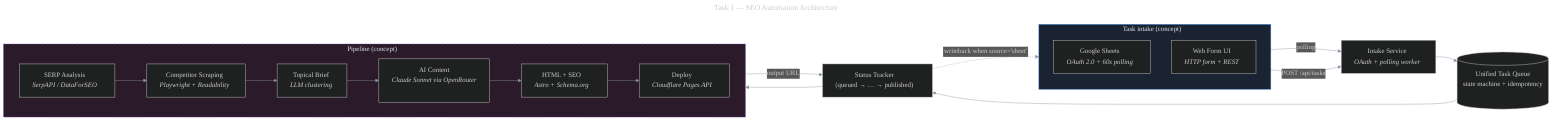
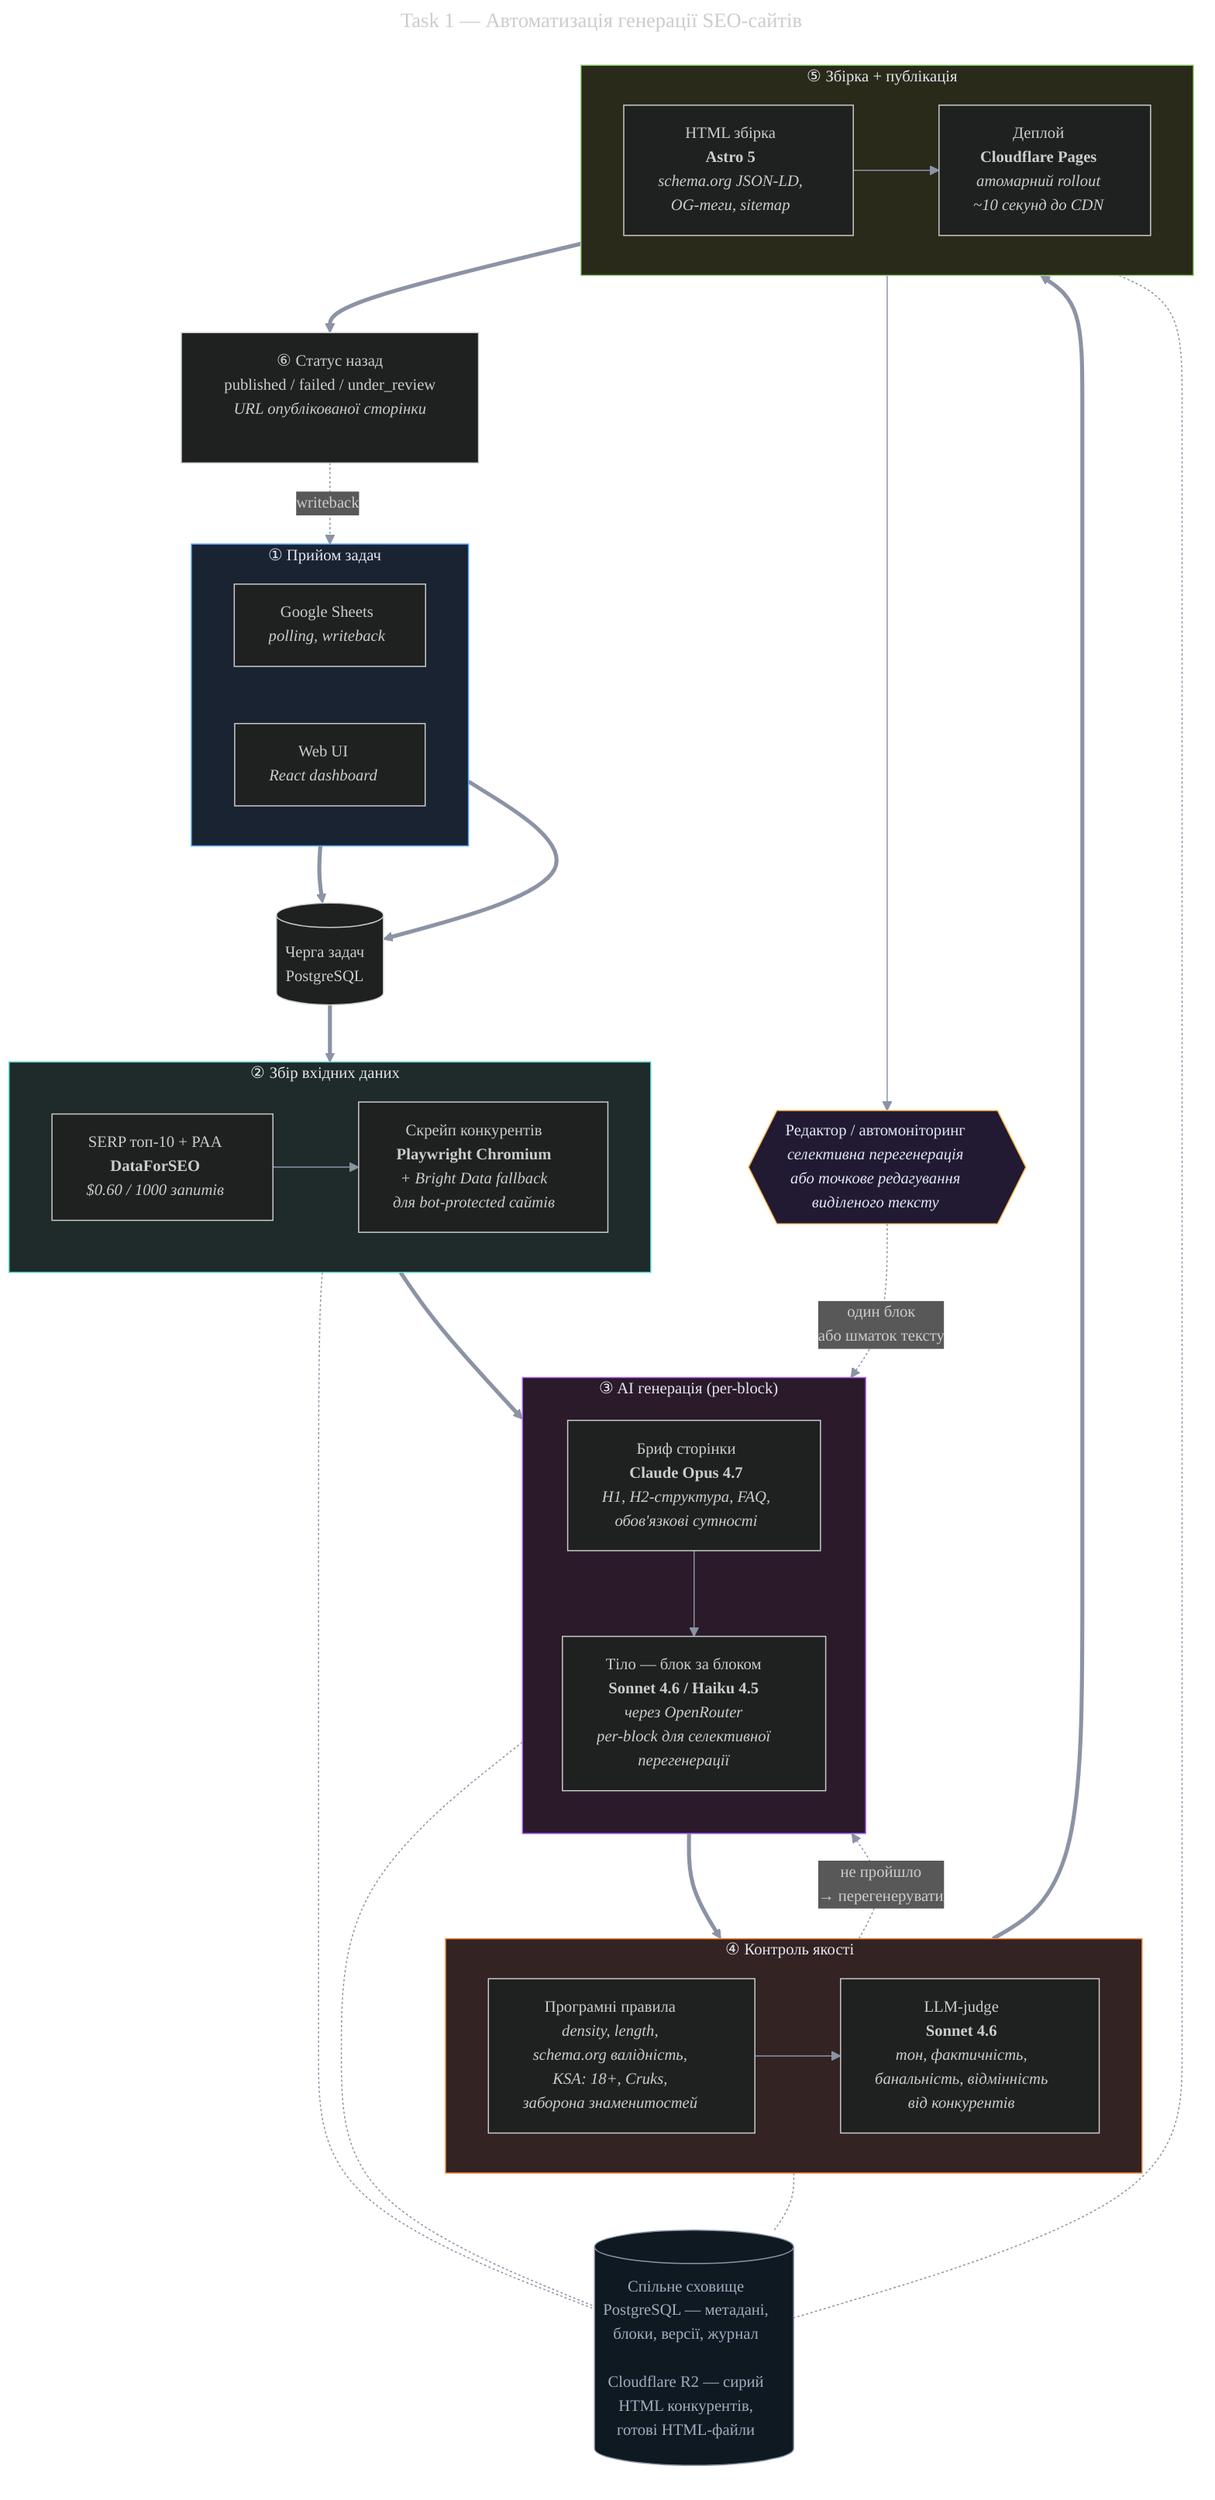
---
- title: Task 1 — SEO Automation Architecture
+ title: Task 1 — Автоматизація генерації SEO-сайтів
config:
  theme: dark
  themeVariables:
    primaryColor: '#1a2332'
    primaryTextColor: '#e4e7ee'
    primaryBorderColor: '#4ea1ff'
    lineColor: '#8b93a5'
    secondaryColor: '#2a1a2a'
    tertiaryColor: '#181b22'
    background: '#0f1115'
    fontFamily: 'Inter, -apple-system, sans-serif'
+     fontSize: '14px'
---
- flowchart LR
-     subgraph SOURCES["Task intake (concept)"]
-       direction TB
-       S1["Google Sheets<br/><i>OAuth 2.0 + 60s polling</i>"]
-       S2["Web Form UI<br/><i>HTTP form + REST</i>"]
+ flowchart TB
+     %% ───── Intake ─────
+     subgraph IN["① Прийом задач"]
+       direction LR
+       S1["Google Sheets<br/><i>polling, writeback</i>"]
+       S2["Web UI<br/><i>React dashboard</i>"]
    end

-     I["Intake Service<br/><i>OAuth + polling worker</i>"]
-     Q[("Unified Task Queue<br/>state machine + idempotency")]
-     SIM["Status Tracker<br/>(queued → … → published)"]
+     Q[("Черга задач<br/>PostgreSQL")]

-     subgraph PIPE["Pipeline (concept)"]
+     %% ───── Data gathering ─────
+     subgraph GATHER["② Збір вхідних даних"]
      direction LR
-       P1["SERP Analysis<br/><i>SerpAPI / DataForSEO</i>"]
-       P2["Competitor Scraping<br/><i>Playwright + Readability</i>"]
-       P3["Topical Brief<br/><i>LLM clustering</i>"]
-       P4["AI Content<br/><i>Claude Sonnet via OpenRouter</i>"]
-       P5["HTML + SEO<br/><i>Astro + Schema.org</i>"]
-       P6["Deploy<br/><i>Cloudflare Pages API</i>"]
-       P1 --> P2 --> P3 --> P4 --> P5 --> P6
+       SERP["SERP топ-10 + PAA<br/><b>DataForSEO</b><br/><i>$0.60 / 1000 запитів</i>"]
+       SCR["Скрейп конкурентів<br/><b>Playwright Chromium</b><br/><i>+ Bright Data fallback</i><br/><i>для bot-protected сайтів</i>"]
+       SERP --> SCR
    end

-     S1 -->|"polling"| I
-     S2 -->|"POST /api/tasks"| I
-     I --> Q
-     Q --> SIM
-     SIM -.->|"writeback when source='sheet'"| S1
-     SIM ---> PIPE
-     PIPE -->|"output URL"| SIM
+     %% ───── AI generation ─────
+     subgraph GEN["③ AI генерація (per-block)"]
+       direction TB
+       BRIEF["Бриф сторінки<br/><b>Claude Opus 4.7</b><br/><i>H1, H2-структура, FAQ,</i><br/><i>обов'язкові сутності</i>"]
+       BLOCKS["Тіло — блок за блоком<br/><b>Sonnet 4.6 / Haiku 4.5</b><br/><i>через OpenRouter</i><br/><i>per-block для селективної</i><br/><i>перегенерації</i>"]
+       BRIEF --> BLOCKS
+     end

-     style SOURCES fill:#1a2332,stroke:#4ea1ff,color:#e4e7ee
-     style PIPE fill:#2a1a2a,stroke:#b06bff,color:#e4e7ee,stroke-dasharray: 5 5
+     %% ───── Quality control ─────
+     subgraph QC["④ Контроль якості"]
+       direction LR
+       RULES["Програмні правила<br/><i>density, length,</i><br/><i>schema.org валідність,</i><br/><i>KSA: 18+, Cruks,</i><br/><i>заборона знаменитостей</i>"]
+       JUDGE["LLM-judge<br/><b>Sonnet 4.6</b><br/><i>тон, фактичність,</i><br/><i>банальність, відмінність</i><br/><i>від конкурентів</i>"]
+       RULES --> JUDGE
+     end
+ 
+     %% ───── Render + publish ─────
+     subgraph PUB["⑤ Збірка + публікація"]
+       direction LR
+       ASTRO["HTML збірка<br/><b>Astro 5</b><br/><i>schema.org JSON-LD,</i><br/><i>OG-теги, sitemap</i>"]
+       CF["Деплой<br/><b>Cloudflare Pages</b><br/><i>атомарний rollout</i><br/><i>~10 секунд до CDN</i>"]
+       ASTRO --> CF
+     end
+ 
+     STATUS["⑥ Статус назад<br/>published / failed / under_review<br/><i>URL опублікованої сторінки</i>"]
+ 
+     %% ───── Storage (background) ─────
+     STORE[("Спільне сховище<br/>PostgreSQL — метадані,<br/>блоки, версії, журнал<br/><br/>Cloudflare R2 — сирий<br/>HTML конкурентів,<br/>готові HTML-файли")]
+ 
+     %% ───── Editorial loop ─────
+     EDITOR{{"Редактор / автомоніторинг<br/><i>селективна перегенерація</i><br/><i>або точкове редагування</i><br/><i>виділеного тексту</i>"}}
+ 
+     %% ───── Main flow ─────
+     S1 ==> Q
+     S2 ==> Q
+     Q ==> GATHER
+     GATHER ==> GEN
+     GEN ==> QC
+     QC -.->|"не пройшло<br/>→ перегенерувати"| GEN
+     QC ==> PUB
+     PUB ==> STATUS
+     STATUS -.->|"writeback"| IN
+ 
+     %% ───── Editorial feedback ─────
+     PUB --> EDITOR
+     EDITOR -.->|"один блок<br/>або шматок тексту"| GEN
+ 
+     %% ───── Storage refs ─────
+     GATHER -.- STORE
+     GEN -.- STORE
+     QC -.- STORE
+     PUB -.- STORE
+ 
+     %% ───── Styles ─────
+     style IN fill:#1a2332,stroke:#4ea1ff,color:#e4e7ee
+     style GATHER fill:#1f2a2a,stroke:#4dd2c7,color:#e4e7ee
+     style GEN fill:#2a1a2a,stroke:#b06bff,color:#e4e7ee
+     style QC fill:#332323,stroke:#ff8b3d,color:#e4e7ee
+     style PUB fill:#2a2a1a,stroke:#9ad97e,color:#e4e7ee
+     style STORE fill:#0f1922,stroke:#8b93a5,color:#a4adbf
+     style EDITOR fill:#221a33,stroke:#ffb84e,color:#e4e7ee
